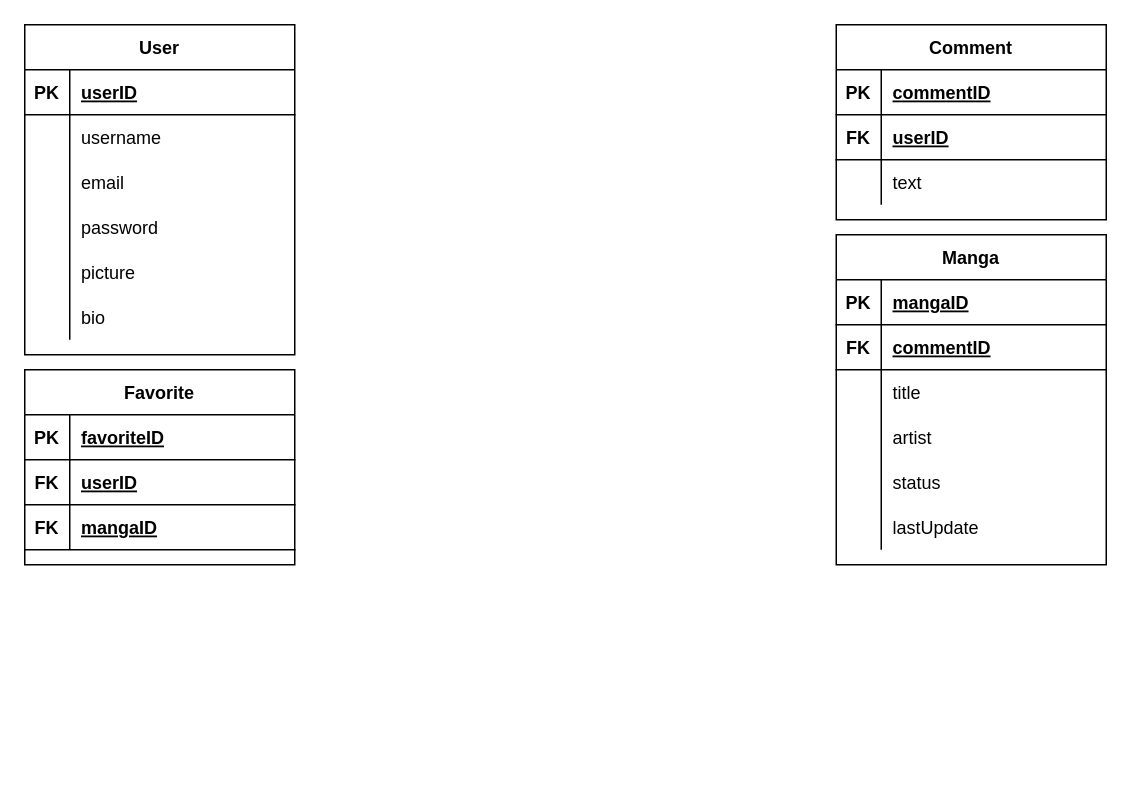
Earlier version of the draw.io diagram Untitled Diagram.drawio (AlessyJay/yuri-reader). Source tidied: cells renumbered, new cells numbered last; positions are measured from the earlier drawing's top-left corner, leaving out a move shared by most shapes. Both pictures are drawn from the tidied source at 150%, with x=0, y=0 at pixel (24, 24).
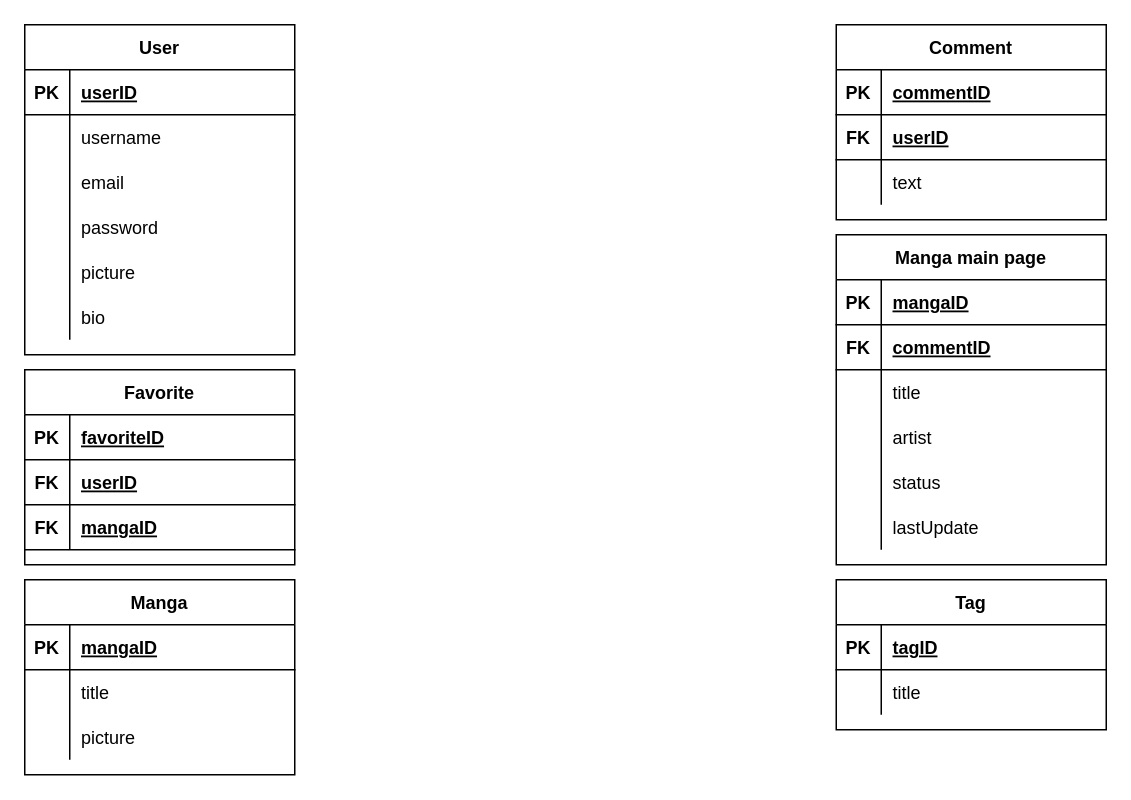
After the change.

The edit, as a diff of the source:
```diff
@@
-    <mxCell id="41" value="Manga" style="shape=table;startSize=30;childLayout=tableLayout;rowLines=0;fontStyle=1;align=center;" parent="1" vertex="1">
+    <mxCell id="41" value="Manga main page" style="shape=table;startSize=30;childLayout=tableLayout;rowLines=0;fontStyle=1;align=center;" parent="1" vertex="1">
       <mxGeometry x="541" y="140" width="180" height="220" as="geometry" />
     </mxCell>
@@
+    <mxCell id="60" value="Manga" style="shape=table;startSize=30;childLayout=tableLayout;rowLines=0;fontStyle=1;align=center;" parent="1" vertex="1">
+      <mxGeometry y="370" width="180" height="130" as="geometry" />
+    </mxCell>
+    <mxCell id="61" style="shape=partialRectangle;fillColor=none;top=0;left=0;bottom=1;right=0;" parent="60" vertex="1">
+      <mxGeometry y="30" width="180" height="30" as="geometry" />
+    </mxCell>
+    <mxCell id="62" value="PK" style="shape=partialRectangle;fillColor=none;top=0;left=0;bottom=0;right=0;fontStyle=1;overflow=hidden;" parent="61" vertex="1">
+      <mxGeometry width="30" height="30" as="geometry" />
+    </mxCell>
+    <mxCell id="63" value="mangaID" style="shape=partialRectangle;fillColor=none;top=0;left=0;bottom=0;right=0;align=left;spacingLeft=6;fontStyle=5;overflow=hidden;" parent="61" vertex="1">
+      <mxGeometry x="30" width="150" height="30" as="geometry" />
+    </mxCell>
+    <mxCell id="64" style="shape=partialRectangle;fillColor=none;top=0;left=0;bottom=0;right=0;" parent="60" vertex="1">
+      <mxGeometry y="60" width="180" height="30" as="geometry" />
+    </mxCell>
+    <mxCell id="65" style="shape=partialRectangle;fillColor=none;top=0;left=0;bottom=0;right=0;overflow=hidden;" parent="64" vertex="1">
+      <mxGeometry width="30" height="30" as="geometry" />
+    </mxCell>
+    <mxCell id="66" value="title" style="shape=partialRectangle;fillColor=none;top=0;left=0;bottom=0;right=0;align=left;spacingLeft=6;overflow=hidden;" parent="64" vertex="1">
+      <mxGeometry x="30" width="150" height="30" as="geometry" />
+    </mxCell>
+    <mxCell id="67" style="shape=partialRectangle;fillColor=none;top=0;left=0;bottom=0;right=0;" parent="60" vertex="1">
+      <mxGeometry y="90" width="180" height="30" as="geometry" />
+    </mxCell>
+    <mxCell id="68" style="shape=partialRectangle;fillColor=none;top=0;left=0;bottom=0;right=0;overflow=hidden;" parent="67" vertex="1">
+      <mxGeometry width="30" height="30" as="geometry" />
+    </mxCell>
+    <mxCell id="69" value="picture" style="shape=partialRectangle;fillColor=none;top=0;left=0;bottom=0;right=0;align=left;spacingLeft=6;overflow=hidden;" parent="67" vertex="1">
+      <mxGeometry x="30" width="150" height="30" as="geometry" />
+    </mxCell>
+    <mxCell id="70" value="Tag" style="shape=table;startSize=30;childLayout=tableLayout;rowLines=0;fontStyle=1;align=center;" parent="1" vertex="1">
+      <mxGeometry x="541" y="370" width="180" height="100" as="geometry" />
+    </mxCell>
+    <mxCell id="71" style="shape=partialRectangle;fillColor=none;top=0;left=0;bottom=1;right=0;" parent="70" vertex="1">
+      <mxGeometry y="30" width="180" height="30" as="geometry" />
+    </mxCell>
+    <mxCell id="72" value="PK" style="shape=partialRectangle;fillColor=none;top=0;left=0;bottom=0;right=0;fontStyle=1;overflow=hidden;" parent="71" vertex="1">
+      <mxGeometry width="30" height="30" as="geometry" />
+    </mxCell>
+    <mxCell id="73" value="tagID" style="shape=partialRectangle;fillColor=none;top=0;left=0;bottom=0;right=0;align=left;spacingLeft=6;fontStyle=5;overflow=hidden;" parent="71" vertex="1">
+      <mxGeometry x="30" width="150" height="30" as="geometry" />
+    </mxCell>
+    <mxCell id="74" style="shape=partialRectangle;fillColor=none;top=0;left=0;bottom=0;right=0;" parent="70" vertex="1">
+      <mxGeometry y="60" width="180" height="30" as="geometry" />
+    </mxCell>
+    <mxCell id="75" style="shape=partialRectangle;fillColor=none;top=0;left=0;bottom=0;right=0;overflow=hidden;" parent="74" vertex="1">
+      <mxGeometry width="30" height="30" as="geometry" />
+    </mxCell>
+    <mxCell id="76" value="title" style="shape=partialRectangle;fillColor=none;top=0;left=0;bottom=0;right=0;align=left;spacingLeft=6;overflow=hidden;" parent="74" vertex="1">
+      <mxGeometry x="30" width="150" height="30" as="geometry" />
+    </mxCell>
```
